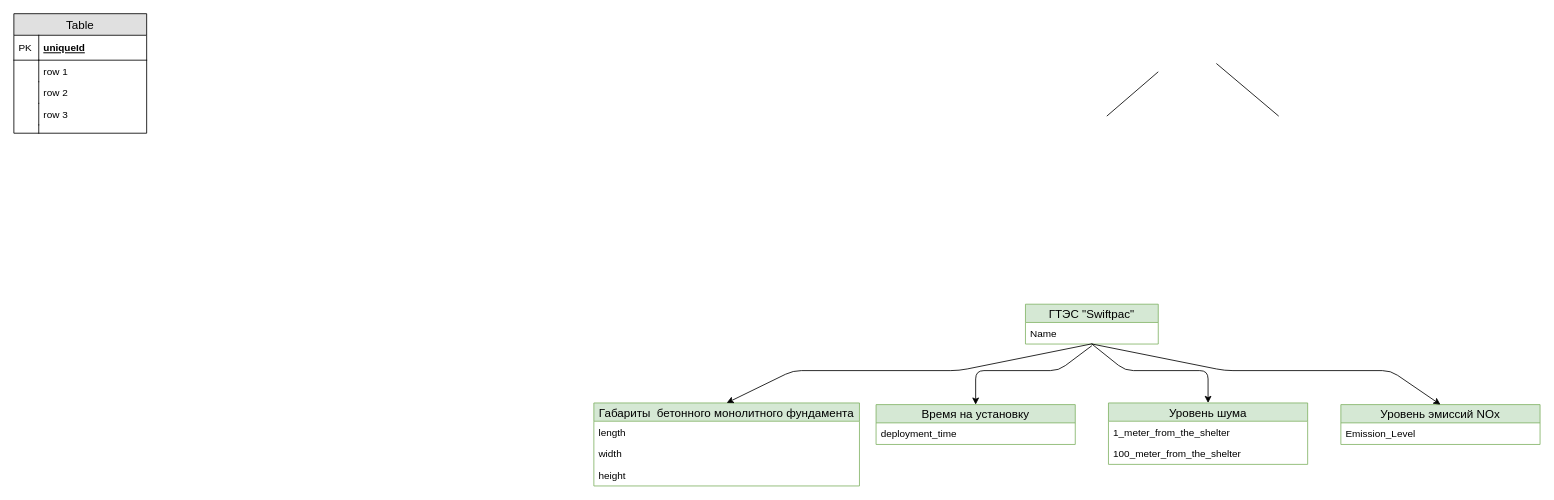
Before: Kav_DB.drawio in Anderkav/AnderZone, a draw.io diagram. Source tidied: cells renumbered, new cells numbered last; positions are measured from the earlier drawing's top-left corner, leaving out a move shared by most shapes. Both pictures are drawn from the tidied source at 83%, with x=0, y=0 at pixel (13, 13).
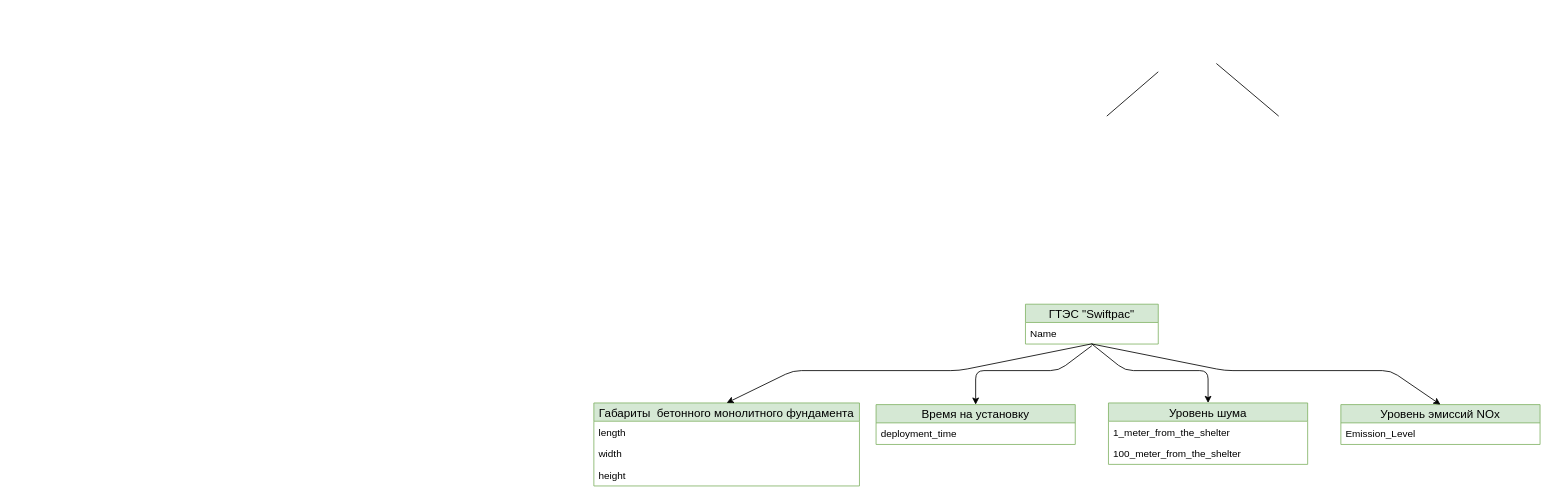
The same page after the edit.

Diff of the diagram source:
```diff
@@
-    <mxCell id="4" value="Table" style="swimlane;fontStyle=0;horizontal=1;startSize=26;fillColor=#e0e0e0;swimlaneFillColor=#ffffff;align=center;fontSize=14;" parent="1" vertex="1">
-      <mxGeometry x="0.2" width="160" height="144" as="geometry" />
-    </mxCell>
-    <mxCell id="5" value="uniqueId" style="shape=partialRectangle;top=0;left=0;right=0;bottom=1;align=left;verticalAlign=middle;fillColor=none;spacingLeft=34;spacingRight=4;overflow=hidden;fontStyle=5;fontSize=12;" parent="4" vertex="1">
-      <mxGeometry y="26" width="160" height="30" as="geometry" />
-    </mxCell>
-    <mxCell id="6" value="PK" style="shape=partialRectangle;top=0;left=0;bottom=0;fillColor=none;align=left;verticalAlign=middle;spacingLeft=4;spacingRight=4;overflow=hidden;fontSize=12;" parent="5" vertex="1">
-      <mxGeometry width="30" height="30" as="geometry" />
-    </mxCell>
-    <mxCell id="7" value="row 1" style="shape=partialRectangle;top=0;left=0;right=0;bottom=0;align=left;verticalAlign=top;fillColor=none;spacingLeft=34;spacingRight=4;overflow=hidden;fontSize=12;" parent="4" vertex="1">
-      <mxGeometry y="56" width="160" height="26" as="geometry" />
-    </mxCell>
-    <mxCell id="8" style="shape=partialRectangle;top=0;left=0;bottom=0;fillColor=none;align=left;verticalAlign=top;spacingLeft=4;spacingRight=4;overflow=hidden;fontSize=12;" parent="7" vertex="1">
-      <mxGeometry width="30" height="26" as="geometry" />
-    </mxCell>
-    <mxCell id="9" value="row 2" style="shape=partialRectangle;top=0;left=0;right=0;bottom=0;align=left;verticalAlign=top;fillColor=none;spacingLeft=34;spacingRight=4;overflow=hidden;fontSize=12;" parent="4" vertex="1">
-      <mxGeometry y="82" width="160" height="26" as="geometry" />
-    </mxCell>
-    <mxCell id="10" style="shape=partialRectangle;top=0;left=0;bottom=0;fillColor=none;align=left;verticalAlign=top;spacingLeft=4;spacingRight=4;overflow=hidden;fontSize=12;" parent="9" vertex="1">
-      <mxGeometry width="30" height="26" as="geometry" />
-    </mxCell>
-    <mxCell id="11" value="row 3" style="shape=partialRectangle;top=0;left=0;right=0;bottom=0;align=left;verticalAlign=top;fillColor=none;spacingLeft=34;spacingRight=4;overflow=hidden;fontSize=12;" parent="4" vertex="1">
-      <mxGeometry y="108" width="160" height="26" as="geometry" />
-    </mxCell>
-    <mxCell id="12" style="shape=partialRectangle;top=0;left=0;bottom=0;fillColor=none;align=left;verticalAlign=top;spacingLeft=4;spacingRight=4;overflow=hidden;fontSize=12;" parent="11" vertex="1">
-      <mxGeometry width="30" height="26" as="geometry" />
-    </mxCell>
-    <mxCell id="13" style="shape=partialRectangle;top=0;left=0;right=0;bottom=0;align=left;verticalAlign=top;fillColor=none;spacingLeft=34;spacingRight=4;overflow=hidden;fontSize=12;" parent="4" vertex="1">
-      <mxGeometry y="134" width="160" height="10" as="geometry" />
-    </mxCell>
-    <mxCell id="14" style="shape=partialRectangle;top=0;left=0;bottom=0;fillColor=none;align=left;verticalAlign=top;spacingLeft=4;spacingRight=4;overflow=hidden;fontSize=12;" parent="13" vertex="1">
-      <mxGeometry width="30" height="10" as="geometry" />
-    </mxCell>
```
